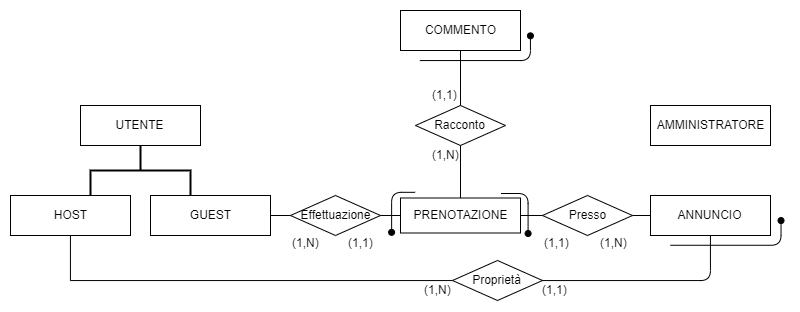
Before: Database/schema_ER.png, a diagram exported from draw.io (GiulioUmbrella/FRENT). Source tidied: cells renumbered, new cells last; positions are measured from the earlier drawing's top-left corner, leaving out a move shared by most shapes.
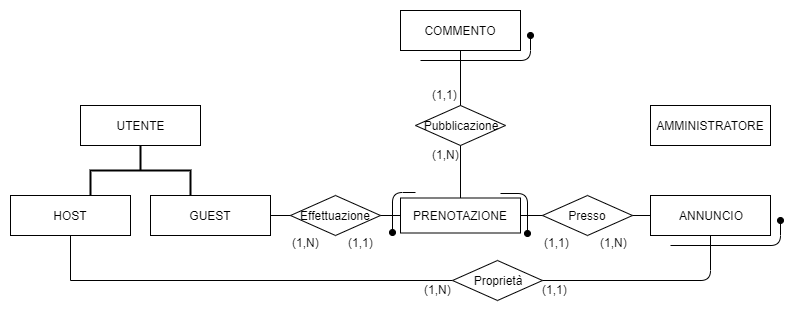
After the change.

Commit message:
Aggiornato schema ER e schema logico

What changed in the source:
```diff
@@ -33,7 +33,7 @@
     <mxCell id="10" value="Presso" style="rhombus;whiteSpace=wrap;html=1;" parent="1" vertex="1">
       <mxGeometry x="532" y="185" width="90" height="40" as="geometry" />
     </mxCell>
-    <mxCell id="11" value="Racconto" style="rhombus;whiteSpace=wrap;html=1;" parent="1" vertex="1">
+    <mxCell id="11" value="Pubblicazione" style="rhombus;whiteSpace=wrap;html=1;" parent="1" vertex="1">
       <mxGeometry x="405" y="95" width="90" height="40" as="geometry" />
     </mxCell>
     <mxCell id="12" value="Proprietà" style="rhombus;whiteSpace=wrap;html=1;" parent="1" vertex="1">
```
